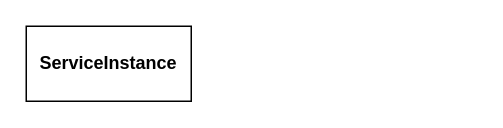
Above: gateway路由构建.drawio in ddmcc/draw.io-repo (draw.io), before the change. Source tidied: cells renumbered, new cells numbered last; positions are measured from the earlier drawing's top-left corner, leaving out a move shared by most shapes. Both pictures are drawn from the tidied source at 150%, with x=0, y=0 at pixel (26, 26).
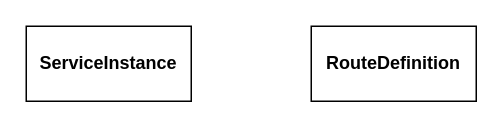
The same diagram, later.

The edit, as a diff of the source:
```diff
@@
 <mxGraphModel>
   <root>
     <mxCell id="0" />
     <mxCell id="1" parent="0" />
     <mxCell id="2" value="&lt;b&gt;ServiceInstance&lt;/b&gt;" style="html=1;whiteSpace=wrap;" parent="1" vertex="1">
       <mxGeometry width="110" height="50" as="geometry" />
     </mxCell>
+    <mxCell id="3" value="&lt;b&gt;RouteDefinition&lt;/b&gt;" style="html=1;whiteSpace=wrap;" parent="1" vertex="1">
+      <mxGeometry x="190" width="110" height="50" as="geometry" />
+    </mxCell>
   </root>
 </mxGraphModel>
```
